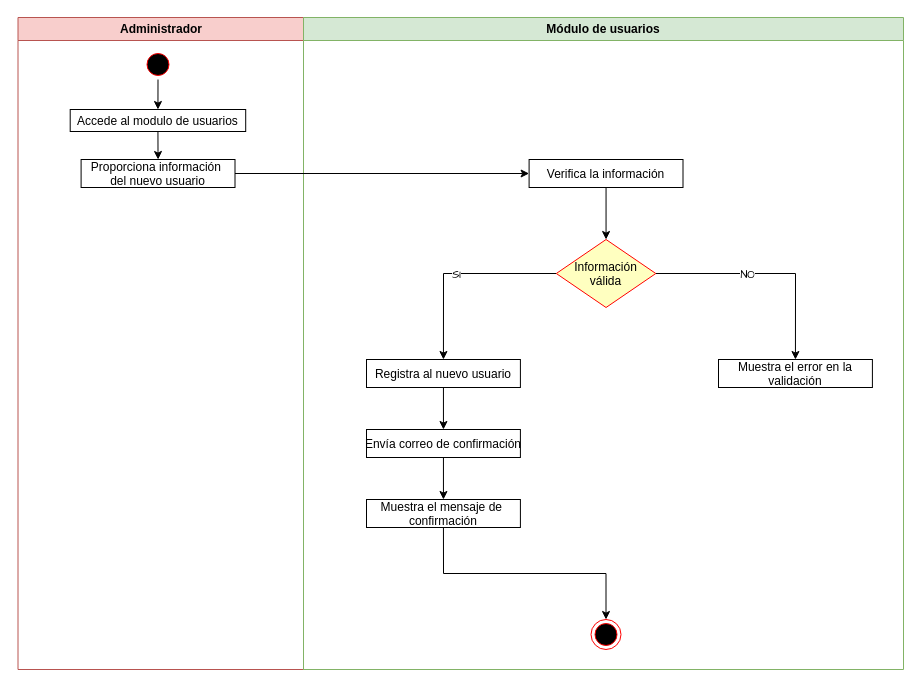
319920ch/CRIALED---APLICACIONES-INFORM-TICAS-II keeps this draw.io diagram as DOCUMENTOS/diagramas de actividades/Registrar usuarios.drawio. Above is the earlier version. Source tidied: cells renumbered, new cells numbered last; positions are measured from the earlier drawing's top-left corner, leaving out a move shared by most shapes. Both pictures are drawn from the tidied source at 100%, with x=0, y=0 at pixel (17, 17).
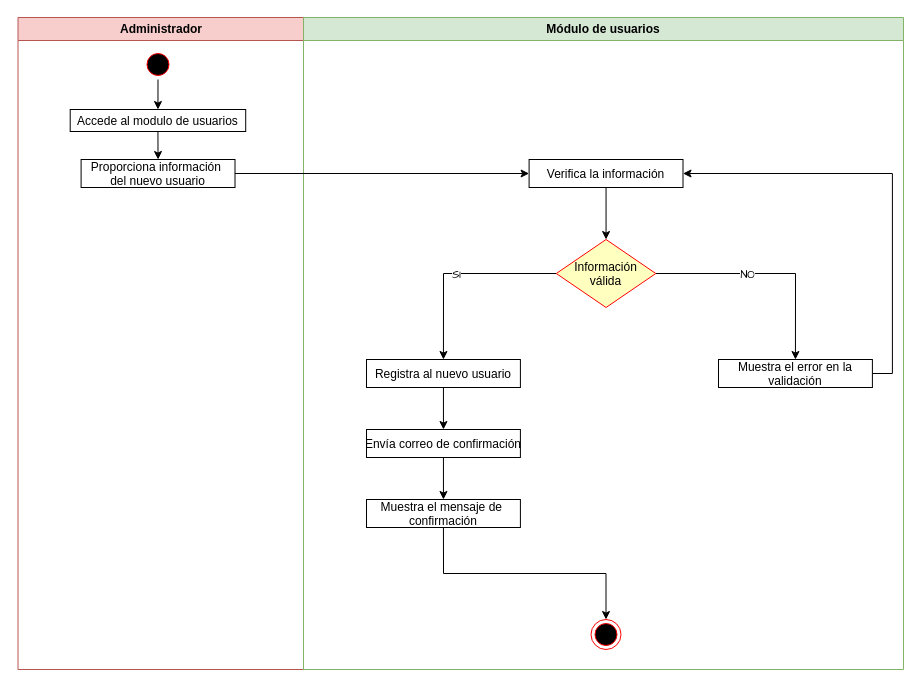
The same page after the edit.

The change refers to these unchanged cells:
```xml
<mxCell id="8" value="Módulo de usuarios" style="swimlane;whiteSpace=wrap;fillColor=#d5e8d4;strokeColor=#82b366;" parent="1" vertex="1">
  <mxGeometry x="286" width="600" height="652" as="geometry" />
</mxCell>
<mxCell id="10" value="Verifica la información" parent="8" vertex="1">
  <mxGeometry x="225.6" y="142" width="153.9" height="28" as="geometry" />
</mxCell>
<mxCell id="18" value="Muestra el error en la&#10;validación" parent="8" vertex="1">
  <mxGeometry x="415" y="342" width="153.9" height="28" as="geometry" />
</mxCell>
```

The edit, as a diff of the source:
```diff
@@
+    <mxCell id="25" style="edgeStyle=orthogonalEdgeStyle;rounded=0;hachureGap=4;jettySize=auto;html=1;exitX=1;exitY=0.5;exitDx=0;exitDy=0;entryX=1;entryY=0.5;entryDx=0;entryDy=0;fontFamily=Architects Daughter;" parent="8" edge="1" source="18" target="10">
+      <mxGeometry relative="1" as="geometry" />
+    </mxCell>
```
